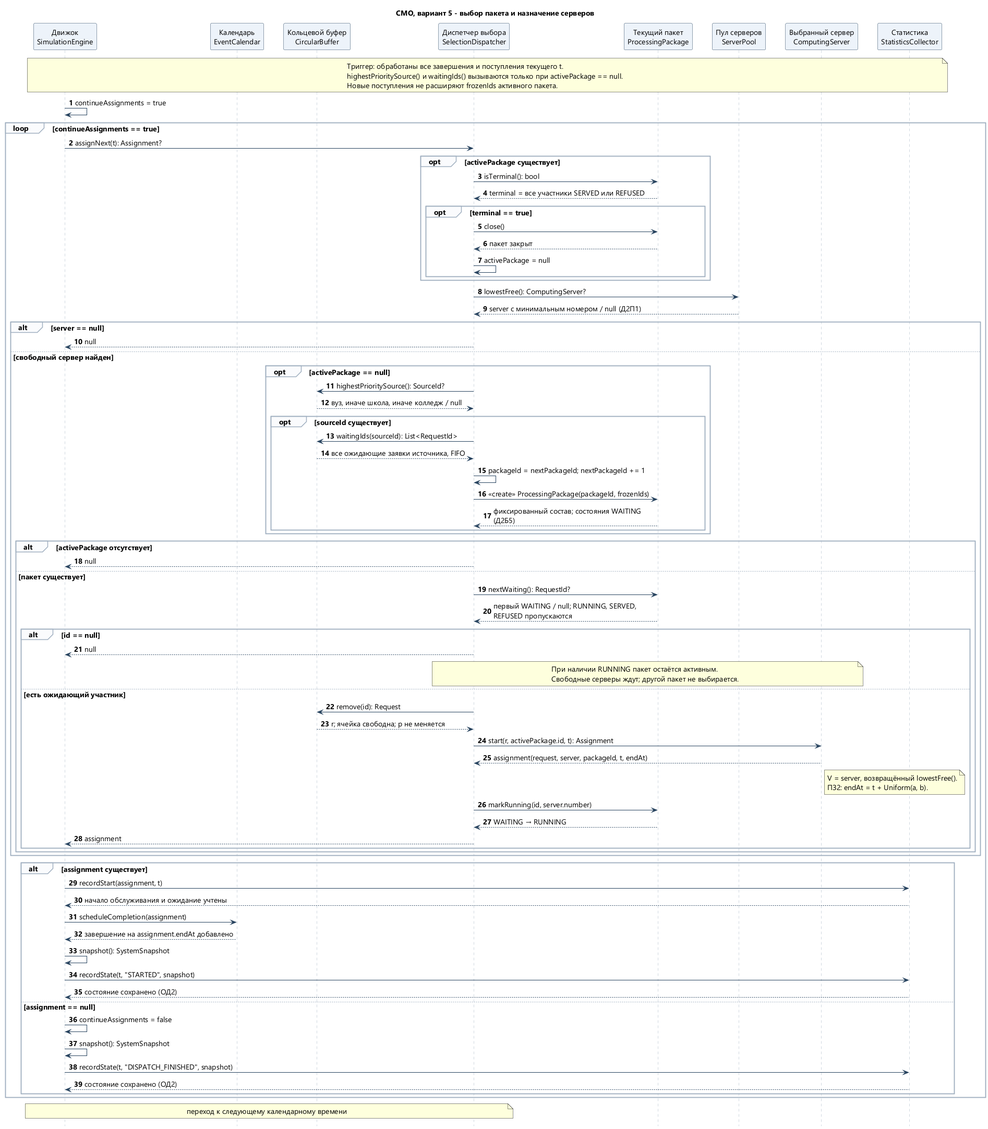
Above: diagrams/sequence/selection.png in A1exCRE/aps (PlantUML), before the change. Source of this version:
```plantuml
@startuml

skinparam defaultFontName Segoe UI
skinparam defaultFontSize 14
skinparam sequenceMessageAlign left
skinparam responseMessageBelowArrow true
skinparam ParticipantPadding 14
skinparam maxMessageSize 310
skinparam sequence {
 ArrowColor #25415D
 LifeLineBorderColor #9FAEBF
 ParticipantBackgroundColor #EDF3FA
 ParticipantBorderColor #25415D
 GroupBackgroundColor #FAFBFD
 GroupBorderColor #9FAEBF
}
hide footbox
autonumber

title СМО, вариант 5 - выбор пакета и назначение серверов
participant "Движок\nSimulationEngine" as E
participant "Календарь\nEventCalendar" as C
participant "Кольцевой буфер\nCircularBuffer" as B
participant "Диспетчер выбора\nSelectionDispatcher" as D
participant "Текущий пакет\nProcessingPackage" as P
participant "Пул серверов\nServerPool" as F
participant "Выбранный сервер\nComputingServer" as V
participant "Статистика\nStatisticsCollector" as T
note over E,T
Триггер: обработаны все завершения и поступления текущего t.
highestPrioritySource() и waitingIds() вызываются только при activePackage == null.
Новые поступления не расширяют frozenIds активного пакета.
end note
E -> E: continueAssignments = true
loop continueAssignments == true
E -> D: assignNext(t): Assignment?
opt activePackage существует
 D -> P: isTerminal(): bool
 P --> D: terminal = все участники SERVED или REFUSED
 opt terminal == true
  D -> P: close()
  P --> D: пакет закрыт
  D -> D: activePackage = null
 end
end
D -> F: lowestFree(): ComputingServer?
F --> D: server с минимальным номером / null (Д2П1)
alt server == null
 D --> E: null
else свободный сервер найден
 opt activePackage == null
  D -> B: highestPrioritySource(): SourceId?
  B --> D: вуз, иначе школа, иначе колледж / null
  opt sourceId существует
   D -> B: waitingIds(sourceId): List<RequestId>
   B --> D: все ожидающие заявки источника, FIFO
   D -> D: packageId = nextPackageId; nextPackageId += 1
   D -> P: <<create>> ProcessingPackage(packageId, frozenIds)
   P --> D: фиксированный состав; состояния WAITING (Д2Б5)
  end
 end
 alt activePackage отсутствует
  D --> E: null
 else пакет существует
  D -> P: nextWaiting(): RequestId?
  P --> D: первый WAITING / null; RUNNING, SERVED, REFUSED пропускаются
  alt id == null
   D --> E: null
   note over D,V
   При наличии RUNNING пакет остаётся активным.
   Свободные серверы ждут; другой пакет не выбирается.
   end note
  else есть ожидающий участник
   D -> B: remove(id): Request
   B --> D: r; ячейка свободна; p не меняется
   D -> V: start(r, activePackage.id, t): Assignment
   V --> D: assignment(request, server, packageId, t, endAt)
   note right of V
   V = server, возвращённый lowestFree().
   ПЗ2: endAt = t + Uniform(a, b).
   end note
   D -> P: markRunning(id, server.number)
   P --> D: WAITING → RUNNING
   D --> E: assignment
  end
 end
end
alt assignment существует
 E -> T: recordStart(assignment, t)
 T --> E: начало обслуживания и ожидание учтены
 E -> C: scheduleCompletion(assignment)
 C --> E: завершение на assignment.endAt добавлено
E -> E: snapshot(): SystemSnapshot
E -> T: recordState(t, "STARTED", snapshot)
T --> E: состояние сохранено (ОД2)
else assignment == null
 E -> E: continueAssignments = false
E -> E: snapshot(): SystemSnapshot
E -> T: recordState(t, "DISPATCH_FINISHED", snapshot)
T --> E: состояние сохранено (ОД2)

end
end
note over E,D: переход к следующему календарному времени

@enduml
```
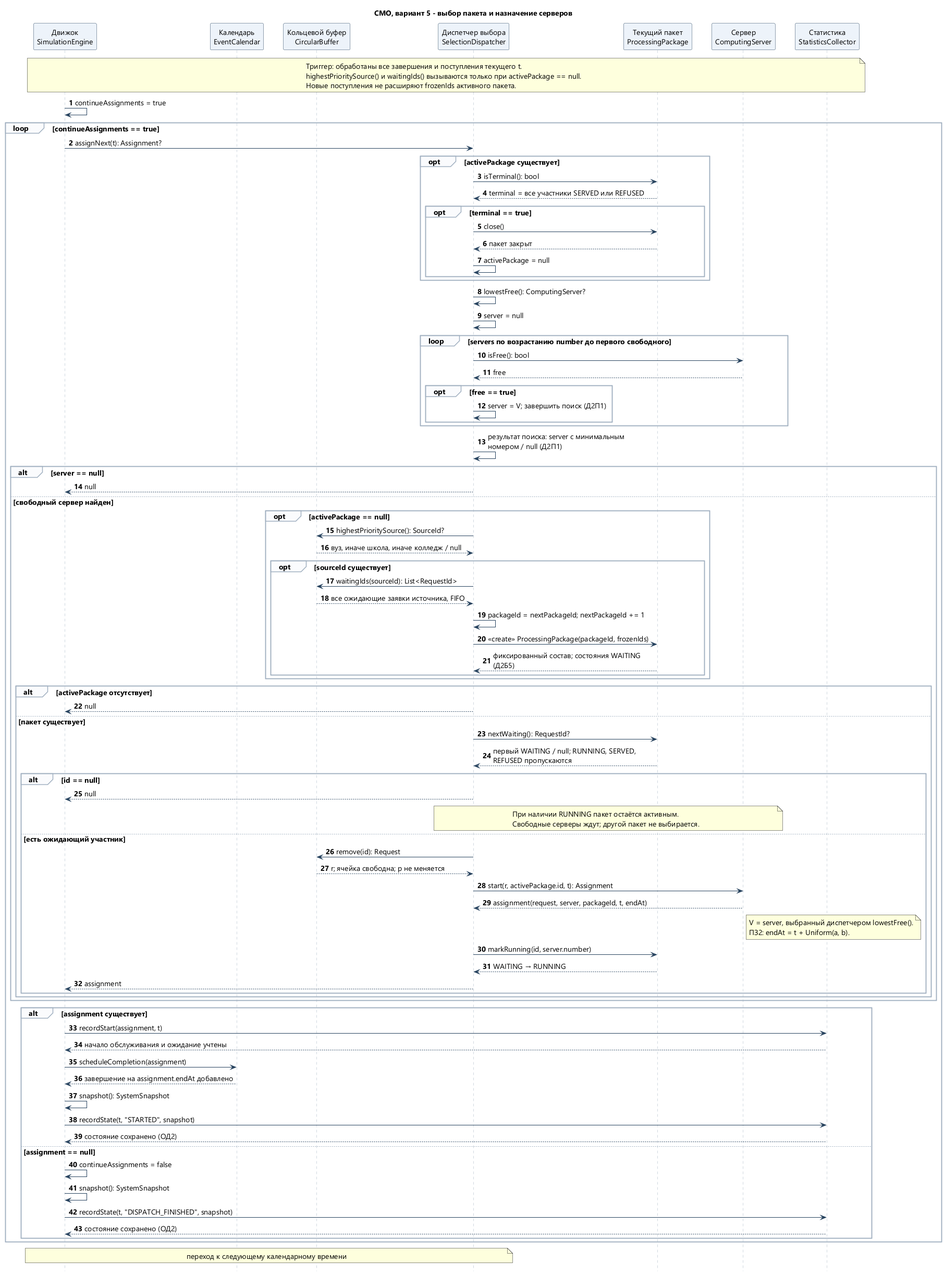
Above is the later version.

Change to the diagram source:
```diff
@@ -23,8 +23,7 @@
 participant "Кольцевой буфер\nCircularBuffer" as B
 participant "Диспетчер выбора\nSelectionDispatcher" as D
 participant "Текущий пакет\nProcessingPackage" as P
-participant "Пул серверов\nServerPool" as F
-participant "Выбранный сервер\nComputingServer" as V
+participant "Сервер\nComputingServer" as V
 participant "Статистика\nStatisticsCollector" as T
 note over E,T
 Триггер: обработаны все завершения и поступления текущего t.
@@ -43,8 +42,16 @@
   D -> D: activePackage = null
  end
 end
-D -> F: lowestFree(): ComputingServer?
-F --> D: server с минимальным номером / null (Д2П1)
+D -> D: lowestFree(): ComputingServer?
+D -> D: server = null
+loop servers по возрастанию number до первого свободного
+ D -> V: isFree(): bool
+ V --> D: free
+ opt free == true
+  D -> D: server = V; завершить поиск (Д2П1)
+ end
+end
+D -> D: результат поиска: server с минимальным номером / null (Д2П1)
 alt server == null
  D --> E: null
 else свободный сервер найден
@@ -76,7 +83,7 @@
    D -> V: start(r, activePackage.id, t): Assignment
    V --> D: assignment(request, server, packageId, t, endAt)
    note right of V
-   V = server, возвращённый lowestFree().
+   V = server, выбранный диспетчером lowestFree().
    ПЗ2: endAt = t + Uniform(a, b).
    end note
    D -> P: markRunning(id, server.number)
```
